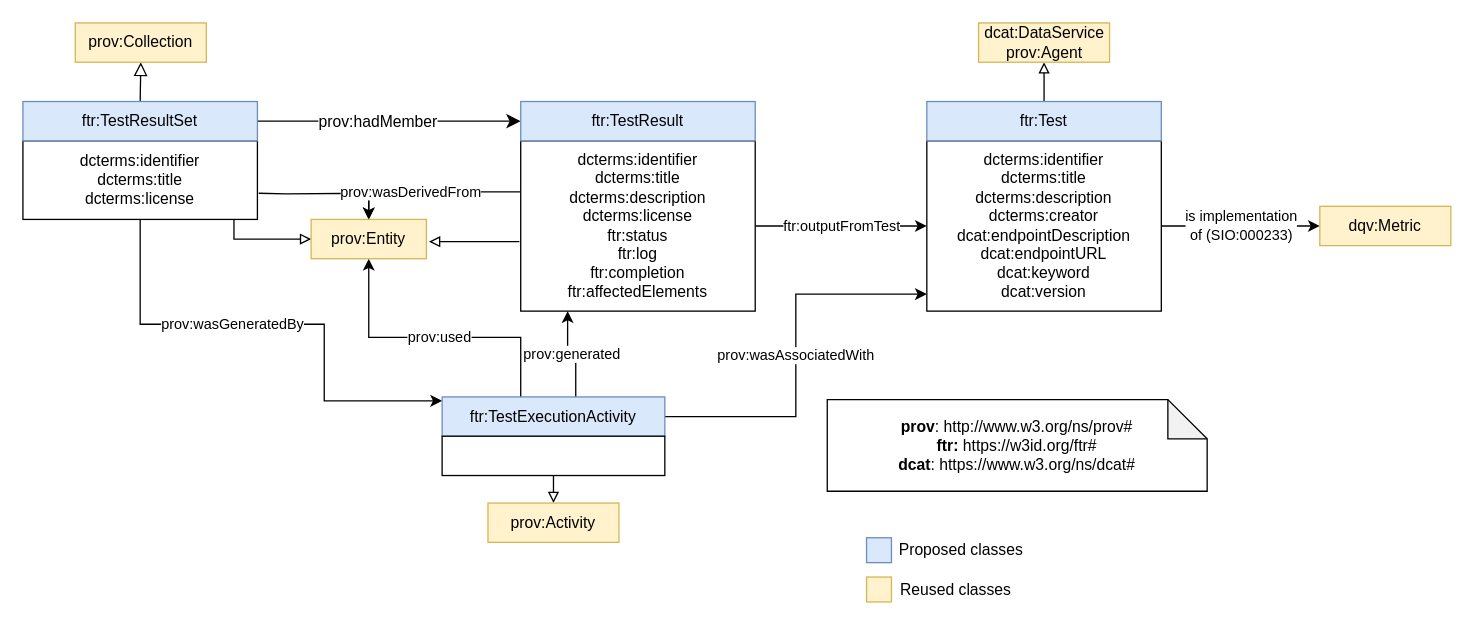
This is development/img/FAIRTestResult_diagram_v4.drawio from OSTrails/FAIR_assessment_output_specification, a draw.io file, before an edit. Source tidied: cells renumbered, new cells numbered last; positions are measured from the earlier drawing's top-left corner, leaving out a move shared by most shapes. Both pictures are drawn from the tidied source at 131%, with x=0, y=0 at pixel (22, 22).
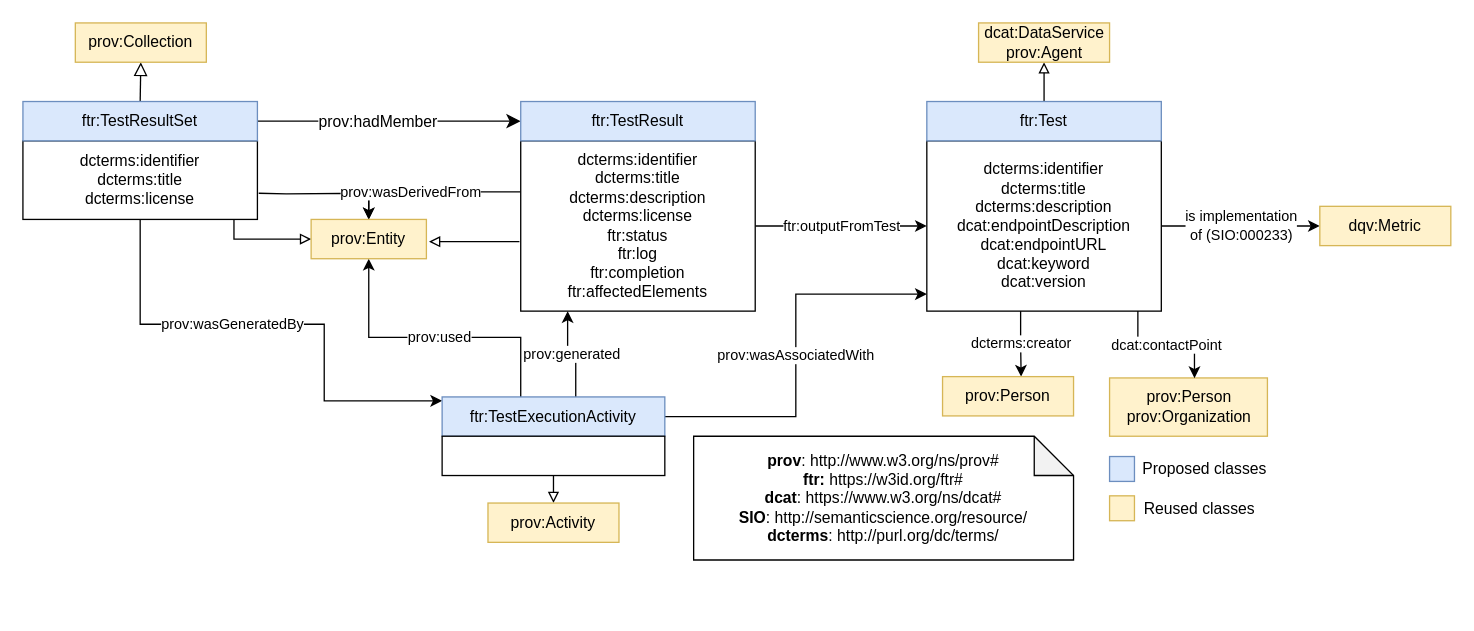
The same diagram, later.

Commit message (it also covers changes not shown here):
mini typos

Diff of the diagram source:
```diff
@@
-    <mxCell id="6" value="&lt;div&gt;&lt;b&gt;prov&lt;/b&gt;: http://www.w3.org/ns/prov#&lt;/div&gt;&lt;div&gt;&lt;b&gt;ftr:&lt;/b&gt; https://w3id.org/ftr#&lt;br&gt;&lt;b&gt;dcat&lt;/b&gt;: https://www.w3.org/ns/dcat#&lt;/div&gt;" style="shape=note;whiteSpace=wrap;html=1;backgroundOutline=1;darkOpacity=0.05;" parent="1" vertex="1">
-      <mxGeometry x="614" y="287.5" width="290" height="70" as="geometry" />
+    <mxCell id="6" value="&lt;div&gt;&lt;b&gt;prov&lt;/b&gt;: http://www.w3.org/ns/prov#&lt;/div&gt;&lt;div&gt;&lt;b&gt;ftr:&lt;/b&gt; https://w3id.org/ftr#&lt;br&gt;&lt;b&gt;dcat&lt;/b&gt;: https://www.w3.org/ns/dcat#&lt;/div&gt;&lt;div&gt;&lt;b&gt;SIO&lt;/b&gt;: http://semanticscience.org/resource/&lt;br&gt;&lt;/div&gt;&lt;b&gt;dcterms&lt;/b&gt;: http://purl.org/dc/terms/" style="shape=note;whiteSpace=wrap;html=1;backgroundOutline=1;darkOpacity=0.05;" parent="1" vertex="1">
+      <mxGeometry x="512" y="315.5" width="290" height="94.5" as="geometry" />
     </mxCell>
@@
     <mxCell id="25" style="whiteSpace=wrap;html=1;fillColor=#dae8fc;strokeColor=#6c8ebf;" parent="1" vertex="1">
-      <mxGeometry x="644" y="393" width="19" height="19" as="geometry" />
+      <mxGeometry x="829.5" y="331" width="19" height="19" as="geometry" />
     </mxCell>
     <mxCell id="26" style="whiteSpace=wrap;html=1;fillColor=#fff2cc;strokeColor=#d6b656;" parent="1" vertex="1">
-      <mxGeometry x="644" y="423" width="19" height="19" as="geometry" />
+      <mxGeometry x="829.5" y="361" width="19" height="19" as="geometry" />
     </mxCell>
     <mxCell id="27" value="Proposed classes " style="text;html=1;align=left;verticalAlign=middle;whiteSpace=wrap;rounded=0;" parent="1" vertex="1">
-      <mxGeometry x="667" y="387.5" width="121" height="30" as="geometry" />
+      <mxGeometry x="852.5" y="325.5" width="121" height="30" as="geometry" />
     </mxCell>
     <mxCell id="28" value="Reused classes" style="text;html=1;align=left;verticalAlign=middle;whiteSpace=wrap;rounded=0;" parent="1" vertex="1">
-      <mxGeometry x="668" y="417.5" width="121" height="30" as="geometry" />
+      <mxGeometry x="853.5" y="355.5" width="121" height="30" as="geometry" />
     </mxCell>
@@
+    <mxCell id="35" value="dcterms:creator" style="edgeStyle=orthogonalEdgeStyle;rounded=0;jettySize=auto;html=1;exitX=0.4;exitY=1;exitDx=0;exitDy=0;entryX=0.6;entryY=0;entryDx=0;entryDy=0;" parent="1" edge="1" source="30" target="36">
+      <mxGeometry relative="1" as="geometry" />
+    </mxCell>
-    <mxCell id="30" value="dcterms:identifier&lt;br&gt;dcterms:title&lt;br&gt;&lt;div&gt;dcterms:description&lt;/div&gt;&lt;div&gt;dcterms:creator&lt;/div&gt;&lt;div&gt;&lt;span style=&quot;font-size:12px;color:#000000;font-weight:normal;text-decoration:none;font-family:'Arial';font-style:normal;text-decoration-skip-ink:none;&quot;&gt;dcat:endpointDescription&lt;/span&gt;&lt;/div&gt;&lt;div&gt;&lt;span style=&quot;font-size:12px;color:#000000;font-weight:normal;text-decoration:none;font-family:'Arial';font-style:normal;text-decoration-skip-ink:none;&quot;&gt;dcat&lt;/span&gt;&lt;span style=&quot;font-size:12px;color:#000000;font-weight:normal;text-decoration:none;font-family:'Arial';font-style:normal;text-decoration-skip-ink:none;&quot;&gt;:endpointURL&lt;/span&gt;&lt;/div&gt;&lt;div&gt;&lt;span style=&quot;font-size:12px;color:#000000;font-weight:normal;text-decoration:none;font-family:'Arial';font-style:normal;text-decoration-skip-ink:none;&quot;&gt;dcat:keyword&lt;br&gt;&lt;/span&gt;&lt;/div&gt;&lt;div&gt;&lt;span style=&quot;font-size:12px;color:#000000;font-weight:normal;text-decoration:none;font-family:'Arial';font-style:normal;text-decoration-skip-ink:none;&quot;&gt;dcat:version&lt;br&gt;&lt;/span&gt;&lt;/div&gt;" style="rounded=0;whiteSpace=wrap;html=1;snapToPoint=1;points=[[0.1,0],[0.2,0],[0.3,0],[0.4,0],[0.5,0],[0.6,0],[0.7,0],[0.8,0],[0.9,0],[0,0.1],[0,0.3],[0,0.5],[0,0.7],[0,0.9],[0.1,1],[0.2,1],[0.3,1],[0.4,1],[0.5,1],[0.6,1],[0.7,1],[0.8,1],[0.9,1],[1,0.1],[1,0.3],[1,0.5],[1,0.7],[1,0.9]];" parent="1" vertex="1">
+    <mxCell id="30" value="dcterms:identifier&lt;br&gt;dcterms:title&lt;br&gt;&lt;div&gt;dcterms:description&lt;/div&gt;&lt;div&gt;&lt;span style=&quot;font-size:12px;color:#000000;font-weight:normal;text-decoration:none;font-family:'Arial';font-style:normal;text-decoration-skip-ink:none;&quot;&gt;dcat:endpointDescription&lt;/span&gt;&lt;/div&gt;&lt;div&gt;&lt;span style=&quot;font-size:12px;color:#000000;font-weight:normal;text-decoration:none;font-family:'Arial';font-style:normal;text-decoration-skip-ink:none;&quot;&gt;dcat&lt;/span&gt;&lt;span style=&quot;font-size:12px;color:#000000;font-weight:normal;text-decoration:none;font-family:'Arial';font-style:normal;text-decoration-skip-ink:none;&quot;&gt;:endpointURL&lt;/span&gt;&lt;/div&gt;&lt;div&gt;&lt;span style=&quot;font-size:12px;color:#000000;font-weight:normal;text-decoration:none;font-family:'Arial';font-style:normal;text-decoration-skip-ink:none;&quot;&gt;dcat:keyword&lt;br&gt;&lt;/span&gt;&lt;/div&gt;&lt;div&gt;&lt;span style=&quot;font-size:12px;color:#000000;font-weight:normal;text-decoration:none;font-family:'Arial';font-style:normal;text-decoration-skip-ink:none;&quot;&gt;dcat:version&lt;br&gt;&lt;/span&gt;&lt;/div&gt;" style="rounded=0;whiteSpace=wrap;html=1;snapToPoint=1;points=[[0.1,0],[0.2,0],[0.3,0],[0.4,0],[0.5,0],[0.6,0],[0.7,0],[0.8,0],[0.9,0],[0,0.1],[0,0.3],[0,0.5],[0,0.7],[0,0.9],[0.1,1],[0.2,1],[0.3,1],[0.4,1],[0.5,1],[0.6,1],[0.7,1],[0.8,1],[0.9,1],[1,0.1],[1,0.3],[1,0.5],[1,0.7],[1,0.9]];" parent="1" vertex="1">
       <mxGeometry x="690" y="90" width="179" height="130" as="geometry" />
     </mxCell>
@@
+    <mxCell id="36" value="prov:Person" style="rounded=0;whiteSpace=wrap;html=1;snapToPoint=1;points=[[0.1,0],[0.2,0],[0.3,0],[0.4,0],[0.5,0],[0.6,0],[0.7,0],[0.8,0],[0.9,0],[0,0.1],[0,0.3],[0,0.5],[0,0.7],[0,0.9],[0.1,1],[0.2,1],[0.3,1],[0.4,1],[0.5,1],[0.6,1],[0.7,1],[0.8,1],[0.9,1],[1,0.1],[1,0.3],[1,0.5],[1,0.7],[1,0.9]];fillColor=#fff2cc;strokeColor=#d6b656;" parent="1" vertex="1">
+      <mxGeometry x="702" y="270" width="100" height="30" as="geometry" />
+    </mxCell>
+    <mxCell id="37" value="prov:Person&lt;br&gt;prov:Organization" style="rounded=0;whiteSpace=wrap;html=1;snapToPoint=1;points=[[0.1,0],[0.2,0],[0.3,0],[0.4,0],[0.5,0],[0.6,0],[0.7,0],[0.8,0],[0.9,0],[0,0.1],[0,0.3],[0,0.5],[0,0.7],[0,0.9],[0.1,1],[0.2,1],[0.3,1],[0.4,1],[0.5,1],[0.6,1],[0.7,1],[0.8,1],[0.9,1],[1,0.1],[1,0.3],[1,0.5],[1,0.7],[1,0.9]];fillColor=#fff2cc;strokeColor=#d6b656;" parent="1" vertex="1">
+      <mxGeometry x="829.5" y="271" width="120.5" height="44.5" as="geometry" />
+    </mxCell>
+    <mxCell id="38" value="dcat:contactPoint" style="edgeStyle=orthogonalEdgeStyle;rounded=0;jettySize=auto;html=1;exitX=0.9;exitY=1;exitDx=0;exitDy=0;entryX=0.538;entryY=0.004;entryDx=0;entryDy=0;entryPerimeter=0;" parent="1" edge="1" source="30" target="37">
+      <mxGeometry relative="1" as="geometry" />
+    </mxCell>
```
